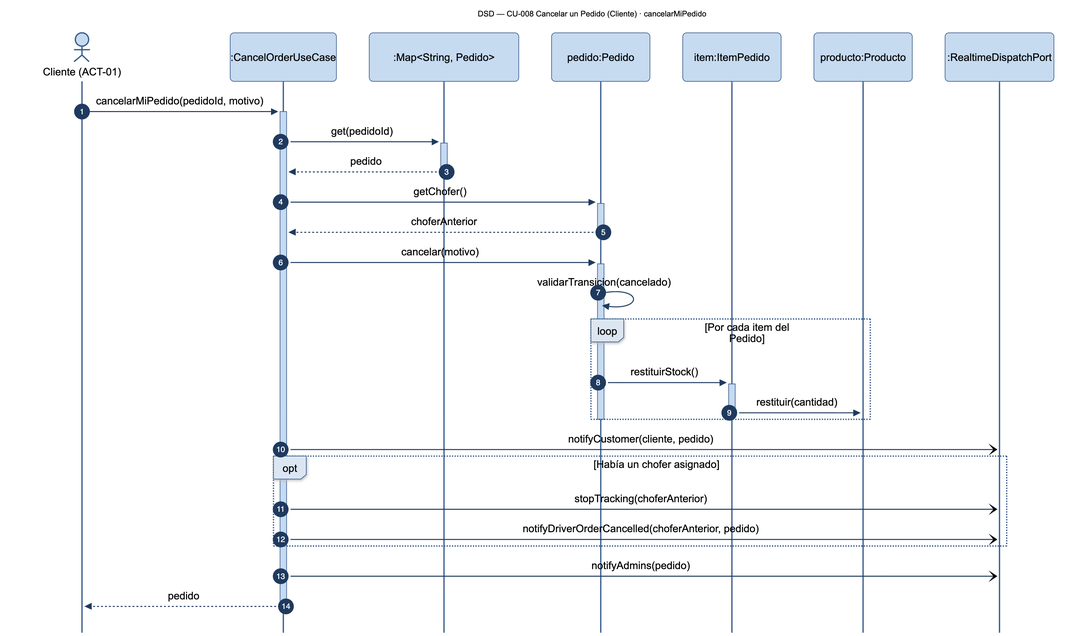
Above: diagramas/png/DSD_CU-008_cancelarMiPedido.png in Nahuelito-Dev/splg-docs (Mermaid), before the change. Its source is kept beside it as diagramas/DSD_CU-008_cancelarMiPedido.mmd. Its diagram source:
```mermaid
sequenceDiagram
    title DSD — CU-008 Cancelar un Pedido (Cliente) · cancelarMiPedido
    autonumber
    actor CLI as Cliente (ACT-01)
    participant CAN as :CancelOrderUseCase
    participant COL as :Map#lt;String, Pedido#gt;
    participant PED as pedido:Pedido
    participant ITM as item:ItemPedido
    participant PRO as producto:Producto
    participant RT as :RealtimeDispatchPort

    CLI->>+CAN: cancelarMiPedido(pedidoId, motivo)
    CAN->>+COL: get(pedidoId)
    COL-->>-CAN: pedido
    CAN->>+PED: getChofer()
    PED-->>-CAN: choferAnterior
    CAN->>+PED: cancelar(motivo)
    PED->>PED: validarTransicion(cancelado)
    loop Por cada item del Pedido
        PED->>+ITM: restituirStock()
        ITM->>PRO: restituir(cantidad)
        deactivate ITM
    end
    deactivate PED
    CAN-)RT: notifyCustomer(cliente, pedido)
    opt Había un chofer asignado
        CAN-)RT: stopTracking(choferAnterior)
        CAN-)RT: notifyDriverOrderCancelled(choferAnterior, pedido)
    end
    CAN-)RT: notifyAdmins(pedido)
    CAN-->>-CLI: pedido
```
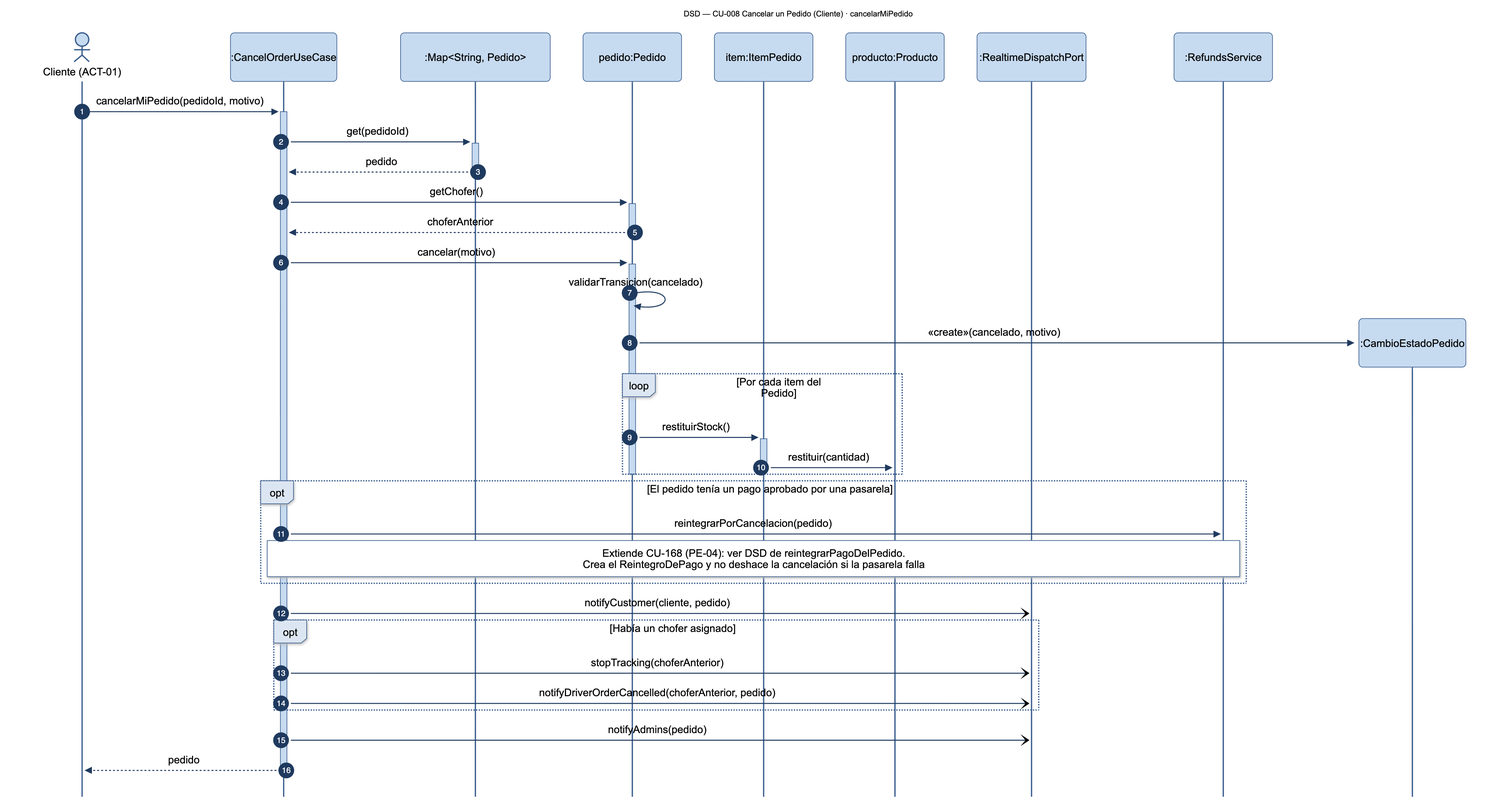
The same file after the commit.

Diff of the diagram source:
```diff
@@ -8,6 +8,7 @@
     participant ITM as item:ItemPedido
     participant PRO as producto:Producto
     participant RT as :RealtimeDispatchPort
+    participant REF as :RefundsService
 
     CLI->>+CAN: cancelarMiPedido(pedidoId, motivo)
     CAN->>+COL: get(pedidoId)
@@ -16,12 +17,18 @@
     PED-->>-CAN: choferAnterior
     CAN->>+PED: cancelar(motivo)
     PED->>PED: validarTransicion(cancelado)
+    create participant CAM as :CambioEstadoPedido
+    PED->>CAM: «create»(cancelado, motivo)
     loop Por cada item del Pedido
         PED->>+ITM: restituirStock()
         ITM->>PRO: restituir(cantidad)
         deactivate ITM
     end
     deactivate PED
+    opt El pedido tenía un pago aprobado por una pasarela
+        CAN->>REF: reintegrarPorCancelacion(pedido)
+        Note over CAN,REF: Extiende CU-168 (PE-04): ver DSD de reintegrarPagoDelPedido.<br/>Crea el ReintegroDePago y no deshace la cancelación si la pasarela falla
+    end
     CAN-)RT: notifyCustomer(cliente, pedido)
     opt Había un chofer asignado
         CAN-)RT: stopTracking(choferAnterior)
```
